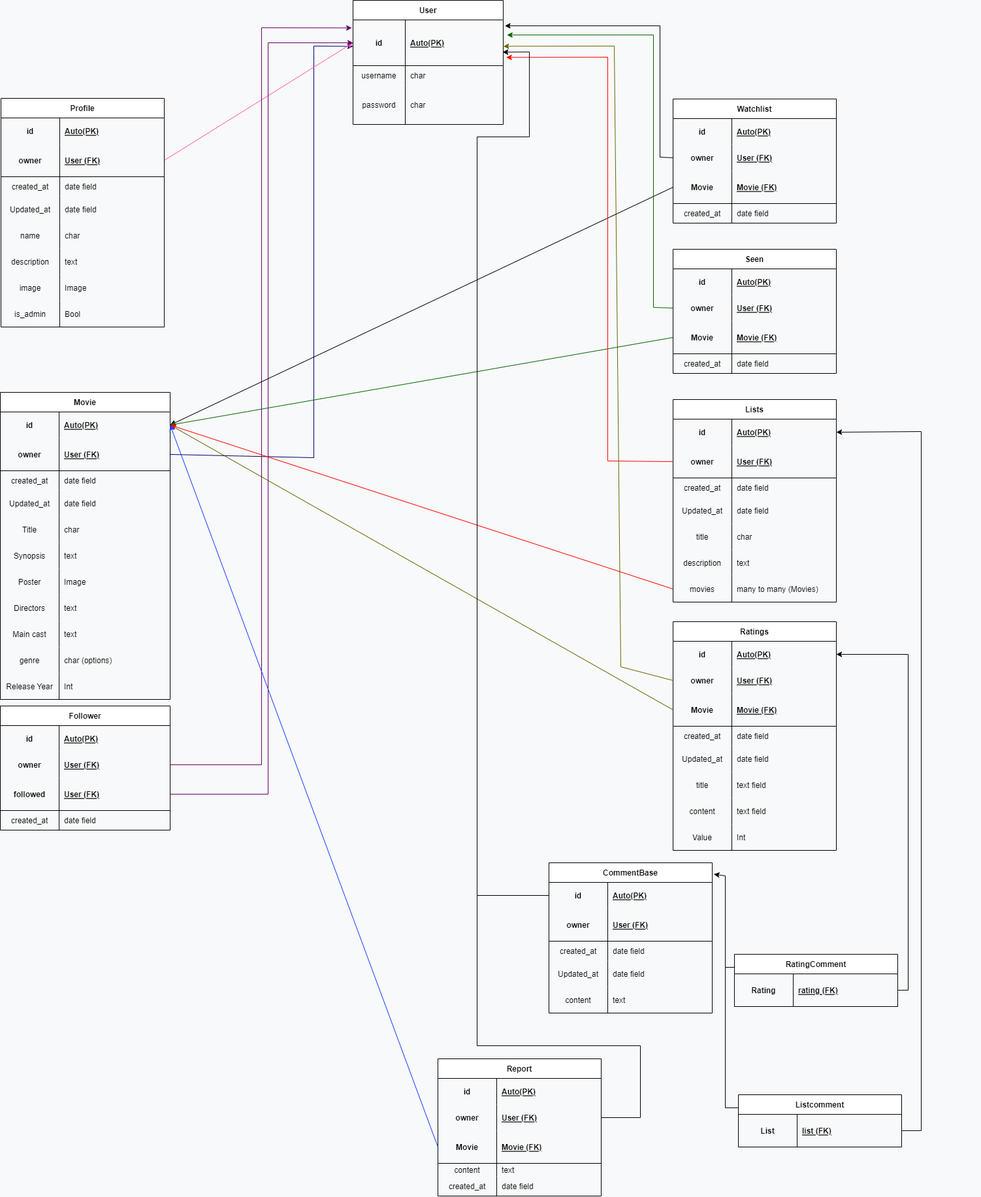
This is documentation/diagram.png from cilliagustin/flixmix_rest_api, a draw.io export, as it was before one commit. Source tidied: cells renumbered, new cells last; positions are measured from the earlier drawing's top-left corner, leaving out a move shared by most shapes.
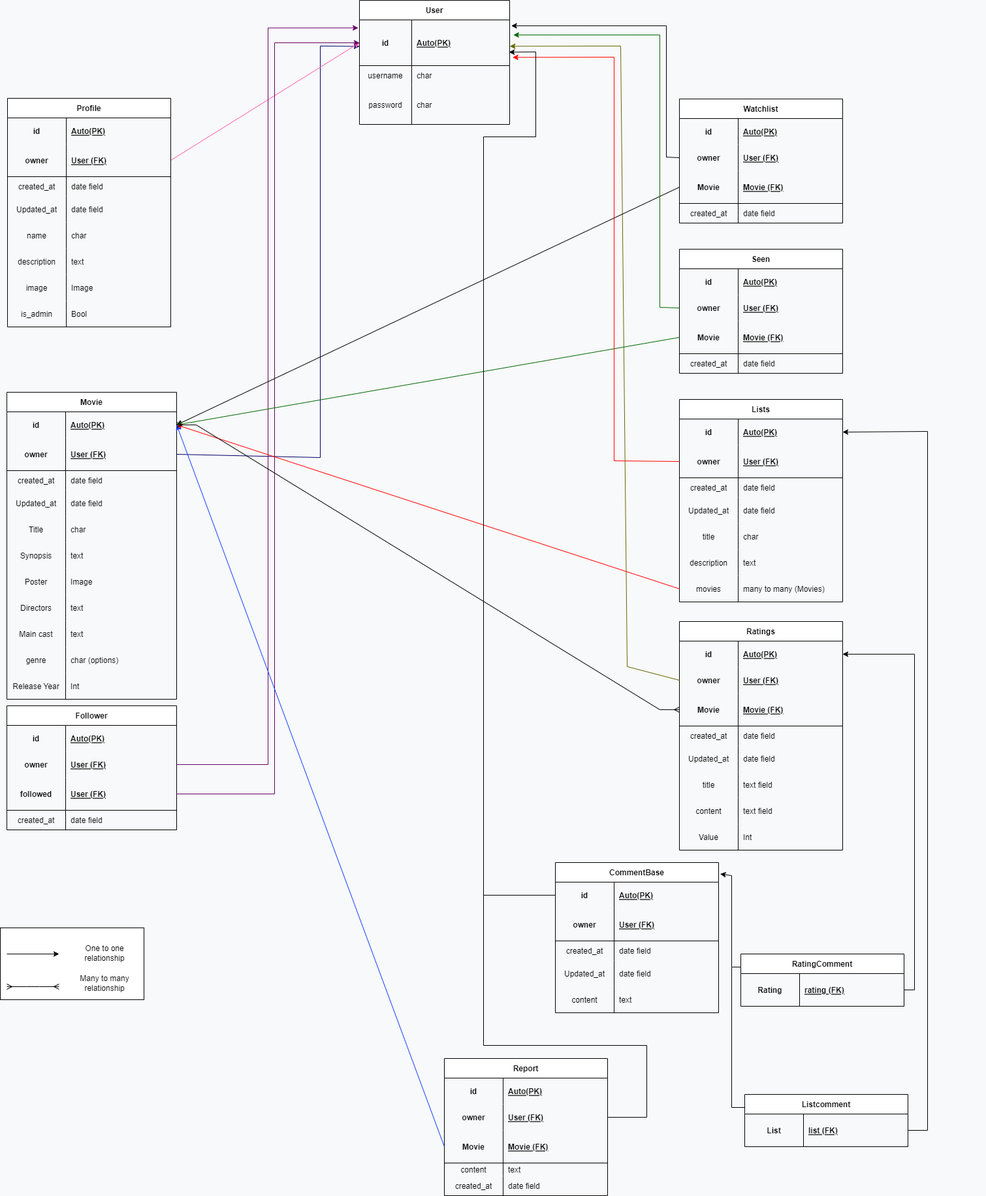
After the change.

Change to the diagram source:
```diff
@@ -268,9 +268,6 @@
         </Array>
       </mxGeometry>
     </mxCell>
-    <mxCell id="89" style="endArrow=classic;html=1;rounded=0;strokeColor=#666600;exitX=0;exitY=0.5;exitDx=0;exitDy=0;entryX=1;entryY=0.5;entryDx=0;entryDy=0;" parent="1" edge="1" source="56" target="15">
-      <mxGeometry relative="1" as="geometry" />
-    </mxCell>
     <mxCell id="90" style="endArrow=classic;html=1;rounded=0;strokeColor=#000066;exitX=1;exitY=0.5;exitDx=0;exitDy=0;entryX=0;entryY=0.579;entryDx=0;entryDy=0;entryPerimeter=0;" parent="1" edge="1" source="18" target="3">
       <mxGeometry relative="1" as="geometry">
         <Array as="points">
@@ -720,5 +717,31 @@
         <mxPoint x="840" y="1370" as="targetPoint" />
       </mxGeometry>
     </mxCell>
+    <mxCell id="220" style="edgeStyle=entityRelationEdgeStyle;fontSize=12;html=1;endArrow=ERmany;startArrow=ERmany;rounded=0;entryX=0;entryY=0.5;entryDx=0;entryDy=0;" parent="1" edge="1" target="56">
+      <mxGeometry relative="1" as="geometry">
+        <mxPoint x="260" y="650" as="sourcePoint" />
+      </mxGeometry>
+    </mxCell>
+    <mxCell id="221" style="verticalLabelPosition=bottom;verticalAlign=top;html=1;shape=mxgraph.basic.rect;fillColor2=none;strokeWidth=1;size=20;indent=5;" parent="1" vertex="1">
+      <mxGeometry x="-10" y="1420" width="220" height="110" as="geometry" />
+    </mxCell>
+    <mxCell id="222" style="edgeStyle=entityRelationEdgeStyle;fontSize=12;html=1;endArrow=ERmany;startArrow=ERmany;rounded=0;" parent="1" edge="1">
+      <mxGeometry relative="1" as="geometry">
+        <mxPoint y="1510" as="sourcePoint" />
+        <mxPoint x="80" y="1510" as="targetPoint" />
+      </mxGeometry>
+    </mxCell>
+    <mxCell id="223" style="endArrow=classic;html=1;rounded=0;" parent="1" edge="1">
+      <mxGeometry relative="1" as="geometry">
+        <mxPoint y="1460" as="sourcePoint" />
+        <mxPoint x="80" y="1460" as="targetPoint" />
+      </mxGeometry>
+    </mxCell>
+    <mxCell id="224" value="One to one relationship" style="text;html=1;strokeColor=none;fillColor=none;align=center;verticalAlign=middle;whiteSpace=wrap;rounded=0;" parent="1" vertex="1">
+      <mxGeometry x="100" y="1444" width="100" height="30" as="geometry" />
+    </mxCell>
+    <mxCell id="225" value="Many to many relationship" style="text;html=1;strokeColor=none;fillColor=none;align=center;verticalAlign=middle;whiteSpace=wrap;rounded=0;" parent="1" vertex="1">
+      <mxGeometry x="100" y="1490" width="100" height="30" as="geometry" />
+    </mxCell>
   </root>
 </mxGraphModel>
```
